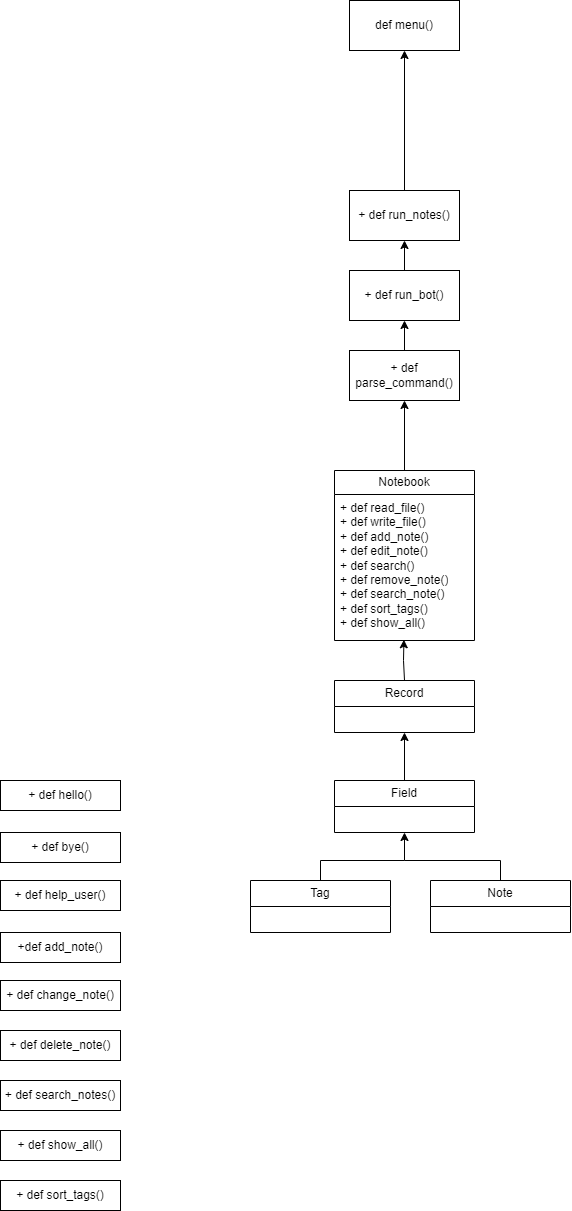
Above: Untitled Diagram.drawio.png in dragomar14/WEB-HW-01 (draw.io), before the change. Source tidied: cells renumbered, new cells last; positions are measured from the earlier drawing's top-left corner, leaving out a move shared by most shapes.
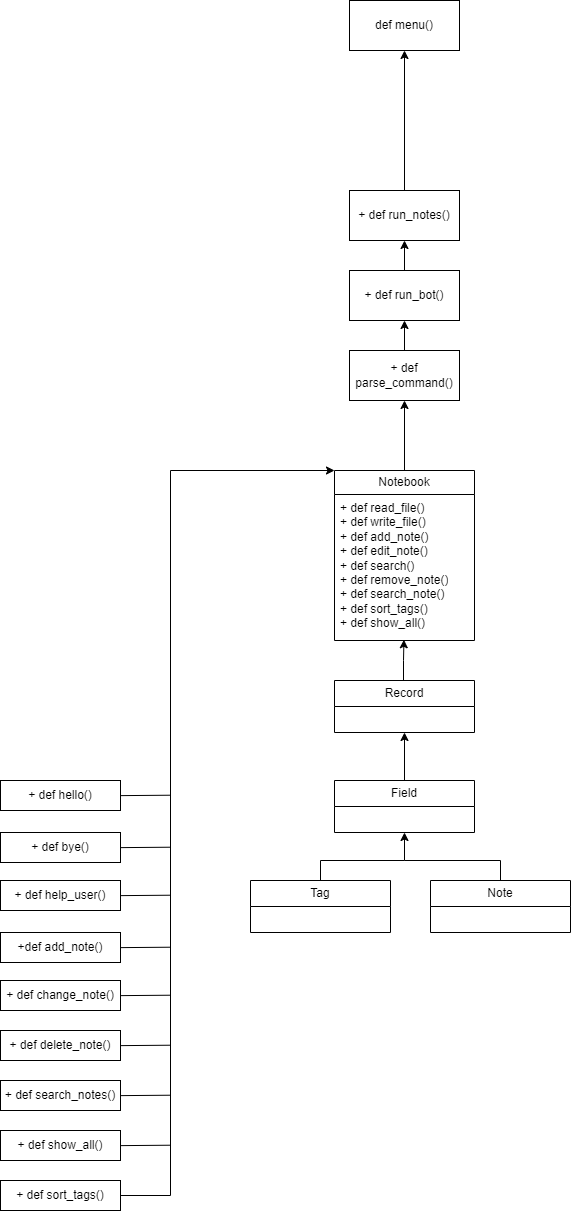
After the commit.

The edit, as a diff of the source:
```diff
@@ -99,5 +99,61 @@
     <mxCell id="28" value="+ def sort_tags()" style="rounded=0;whiteSpace=wrap;html=1;" parent="1" vertex="1">
       <mxGeometry y="1180" width="120" height="30" as="geometry" />
     </mxCell>
+    <mxCell id="29" style="endArrow=classic;html=1;rounded=0;exitX=1;exitY=0.5;exitDx=0;exitDy=0;entryX=0;entryY=0;entryDx=0;entryDy=0;" parent="1" edge="1" source="28" target="10">
+      <mxGeometry relative="1" as="geometry">
+        <Array as="points">
+          <mxPoint x="170" y="1195" />
+          <mxPoint x="170" y="470" />
+        </Array>
+      </mxGeometry>
+    </mxCell>
+    <mxCell id="30" style="endArrow=none;html=1;rounded=0;" parent="1" edge="1">
+      <mxGeometry relative="1" as="geometry">
+        <mxPoint x="120" y="1145.1" as="sourcePoint" />
+        <mxPoint x="170" y="1144.7" as="targetPoint" />
+      </mxGeometry>
+    </mxCell>
+    <mxCell id="31" style="endArrow=none;html=1;rounded=0;" parent="1" edge="1">
+      <mxGeometry relative="1" as="geometry">
+        <mxPoint x="120" y="1095.1" as="sourcePoint" />
+        <mxPoint x="170" y="1094.7" as="targetPoint" />
+      </mxGeometry>
+    </mxCell>
+    <mxCell id="32" style="endArrow=none;html=1;rounded=0;" parent="1" edge="1">
+      <mxGeometry relative="1" as="geometry">
+        <mxPoint x="120" y="1045.1" as="sourcePoint" />
+        <mxPoint x="170" y="1044.7" as="targetPoint" />
+      </mxGeometry>
+    </mxCell>
+    <mxCell id="33" style="endArrow=none;html=1;rounded=0;" parent="1" edge="1">
+      <mxGeometry relative="1" as="geometry">
+        <mxPoint x="120" y="995.1" as="sourcePoint" />
+        <mxPoint x="170" y="994.7" as="targetPoint" />
+      </mxGeometry>
+    </mxCell>
+    <mxCell id="34" style="endArrow=none;html=1;rounded=0;" parent="1" edge="1">
+      <mxGeometry relative="1" as="geometry">
+        <mxPoint x="120" y="947.1" as="sourcePoint" />
+        <mxPoint x="170" y="946.7" as="targetPoint" />
+      </mxGeometry>
+    </mxCell>
+    <mxCell id="35" style="endArrow=none;html=1;rounded=0;" parent="1" edge="1">
+      <mxGeometry relative="1" as="geometry">
+        <mxPoint x="120" y="895.1" as="sourcePoint" />
+        <mxPoint x="170" y="894.7" as="targetPoint" />
+      </mxGeometry>
+    </mxCell>
+    <mxCell id="36" style="endArrow=none;html=1;rounded=0;" parent="1" edge="1">
+      <mxGeometry relative="1" as="geometry">
+        <mxPoint x="120" y="847.1" as="sourcePoint" />
+        <mxPoint x="170" y="846.7" as="targetPoint" />
+      </mxGeometry>
+    </mxCell>
+    <mxCell id="37" style="endArrow=none;html=1;rounded=0;" parent="1" edge="1">
+      <mxGeometry relative="1" as="geometry">
+        <mxPoint x="120" y="795.1" as="sourcePoint" />
+        <mxPoint x="170" y="794.7" as="targetPoint" />
+      </mxGeometry>
+    </mxCell>
   </root>
 </mxGraphModel>
```
